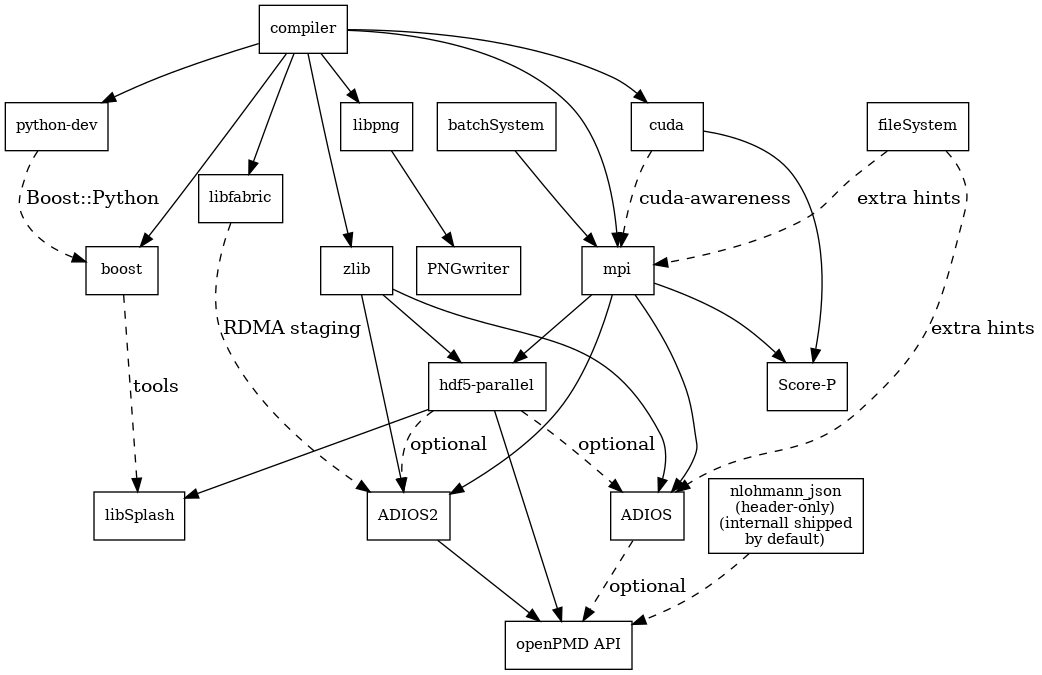
Before: libraryDependencies.png, a diagram exported from Graphviz (ComputationalRadiationPhysics/picongpu). Its source is kept beside it as docs/source/install/libraryDependencies.dot.
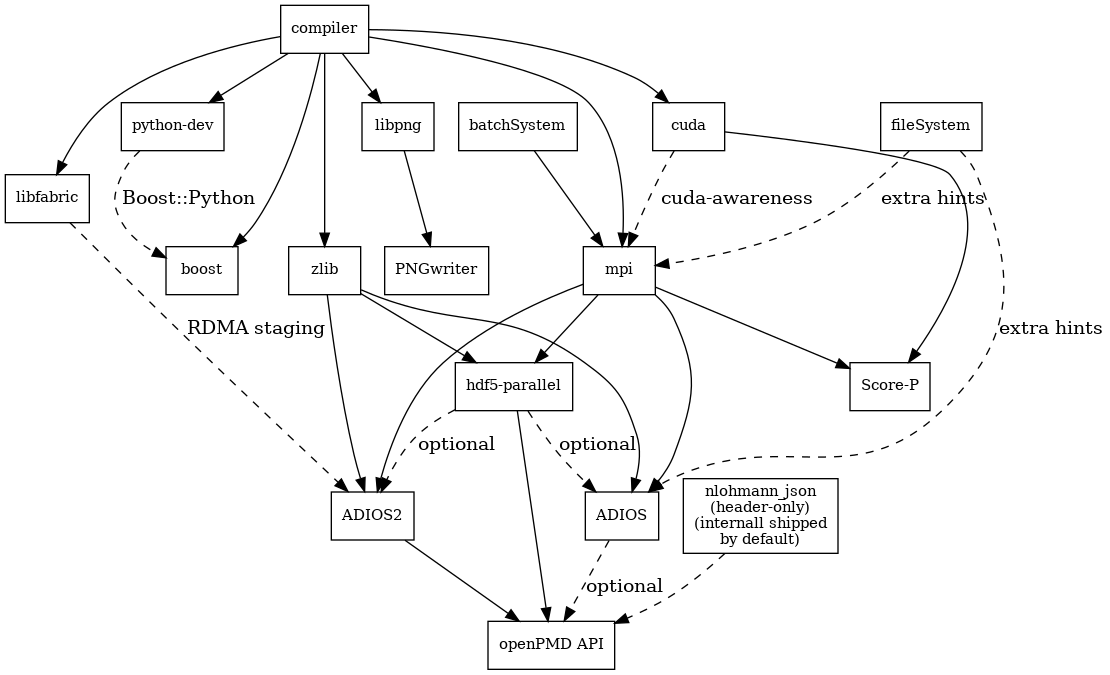
Later version of the same file.

Change to the diagram source:
```diff
@@ -26,8 +26,6 @@
     hdf5 [label="hdf5-parallel"];
     mpi -> hdf5;
     zlib -> hdf5;
-    hdf5 -> libSplash;
-    boost -> libSplash [style=dashed label="tools"];
 
     adios [label="ADIOS"];
     mpi -> adios;
```
